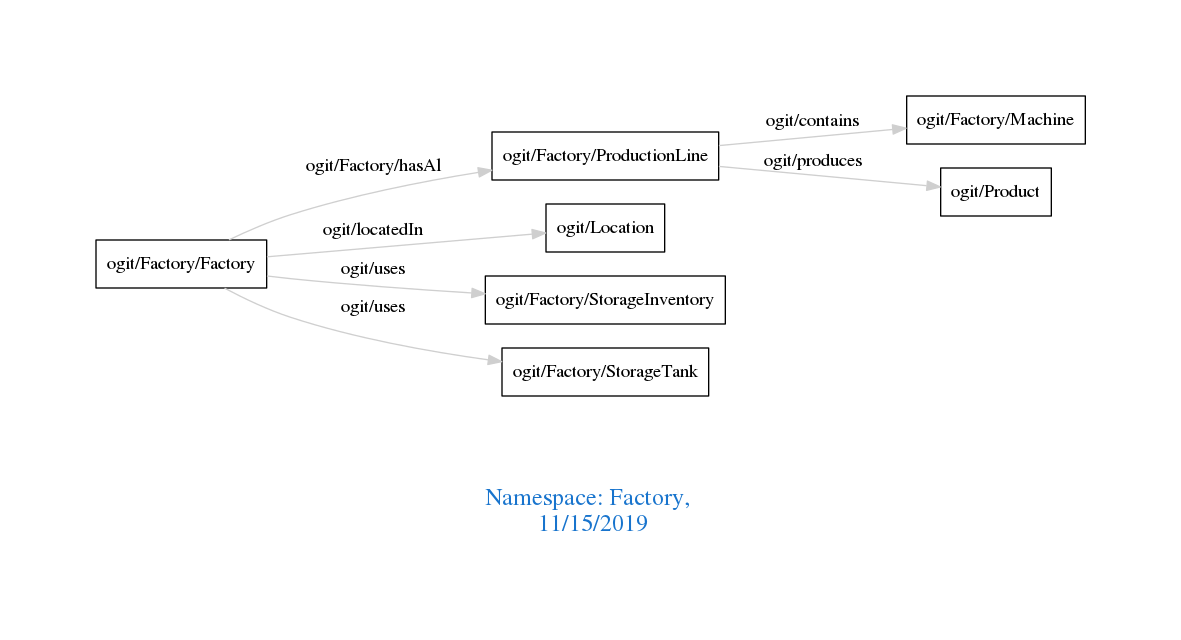
Earlier version of the Graphviz export downloads/Factory.png (arago/OGIT). Its source is kept beside it as downloads/Factory.dot.
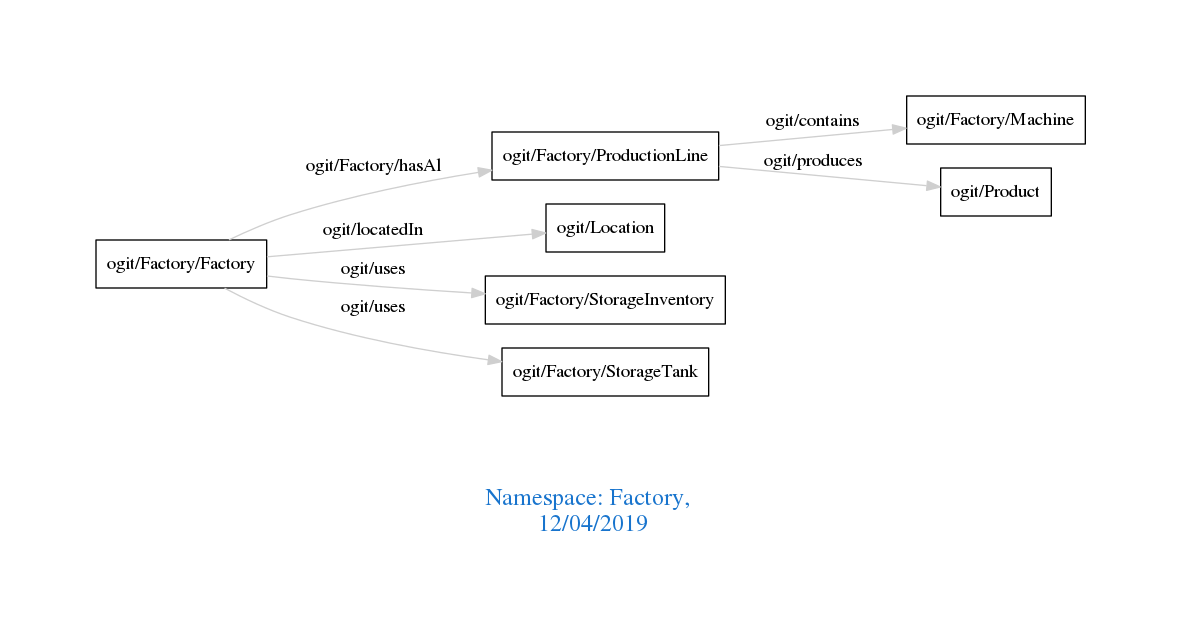
The same file after the commit.

What changed in the source:
```diff
@@ -1,7 +1,7 @@
 digraph OGIT_ontology {
  graph [ rankdir= LR,pad=1
 fontsize = 18,
-fontcolor= dodgerblue3,label = "\n\n\nNamespace: Factory, \n 11/15/2019"];
+fontcolor= dodgerblue3,label = "\n\n\nNamespace: Factory, \n 12/04/2019"];
 node[shape=polygon];
 edge [  color="gray81"];
 
```
